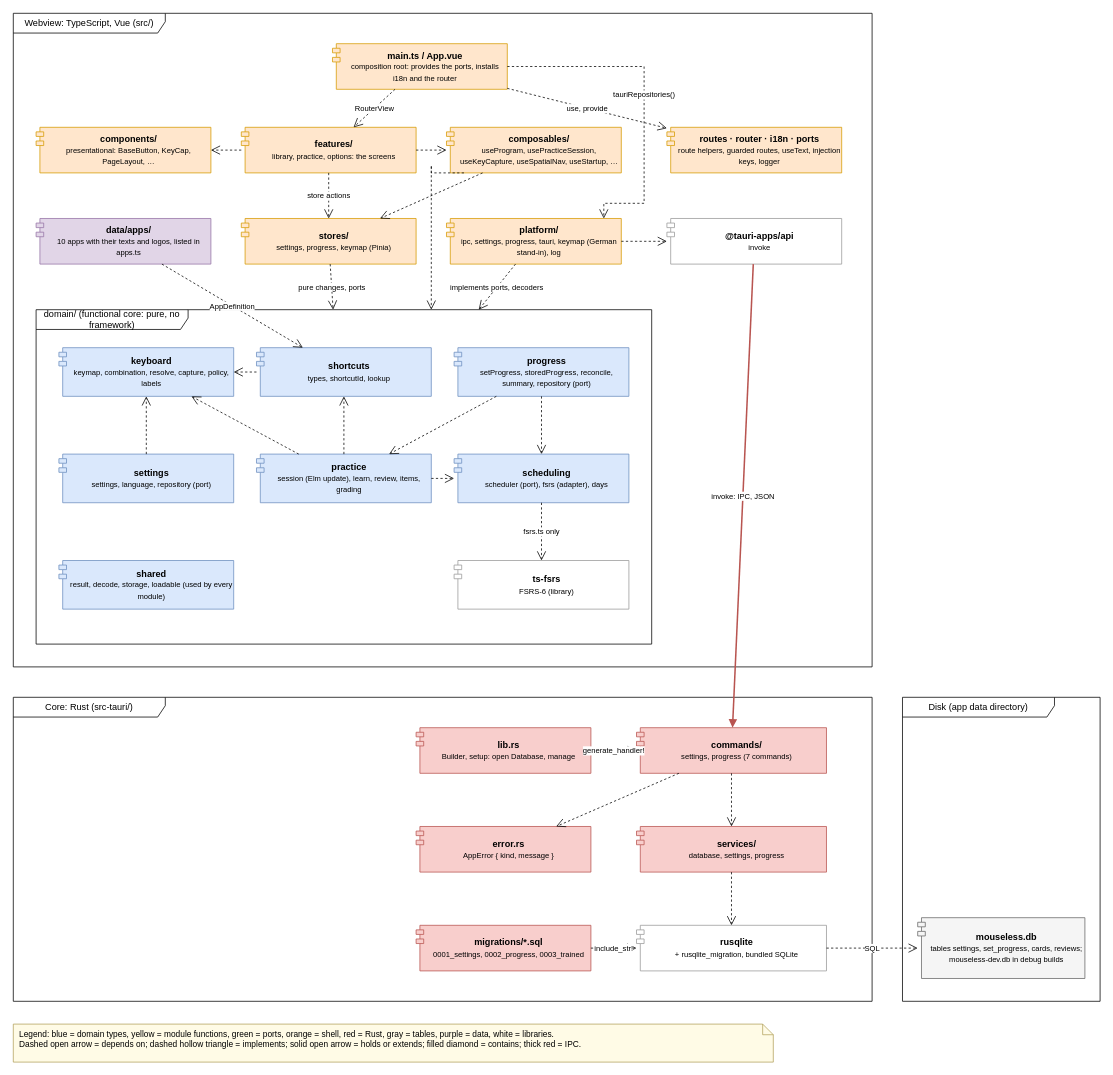
Before: page "Components" (1 of 10) of docs/uml.drawio in r0binius/mathe2-trainer, a draw.io diagram. Source tidied: cells renumbered, new cells numbered last; positions are measured from the earlier drawing's top-left corner, leaving out a move shared by most shapes. Both pictures are drawn from the tidied source at 76%, with x=0, y=0 at pixel (13, 13).
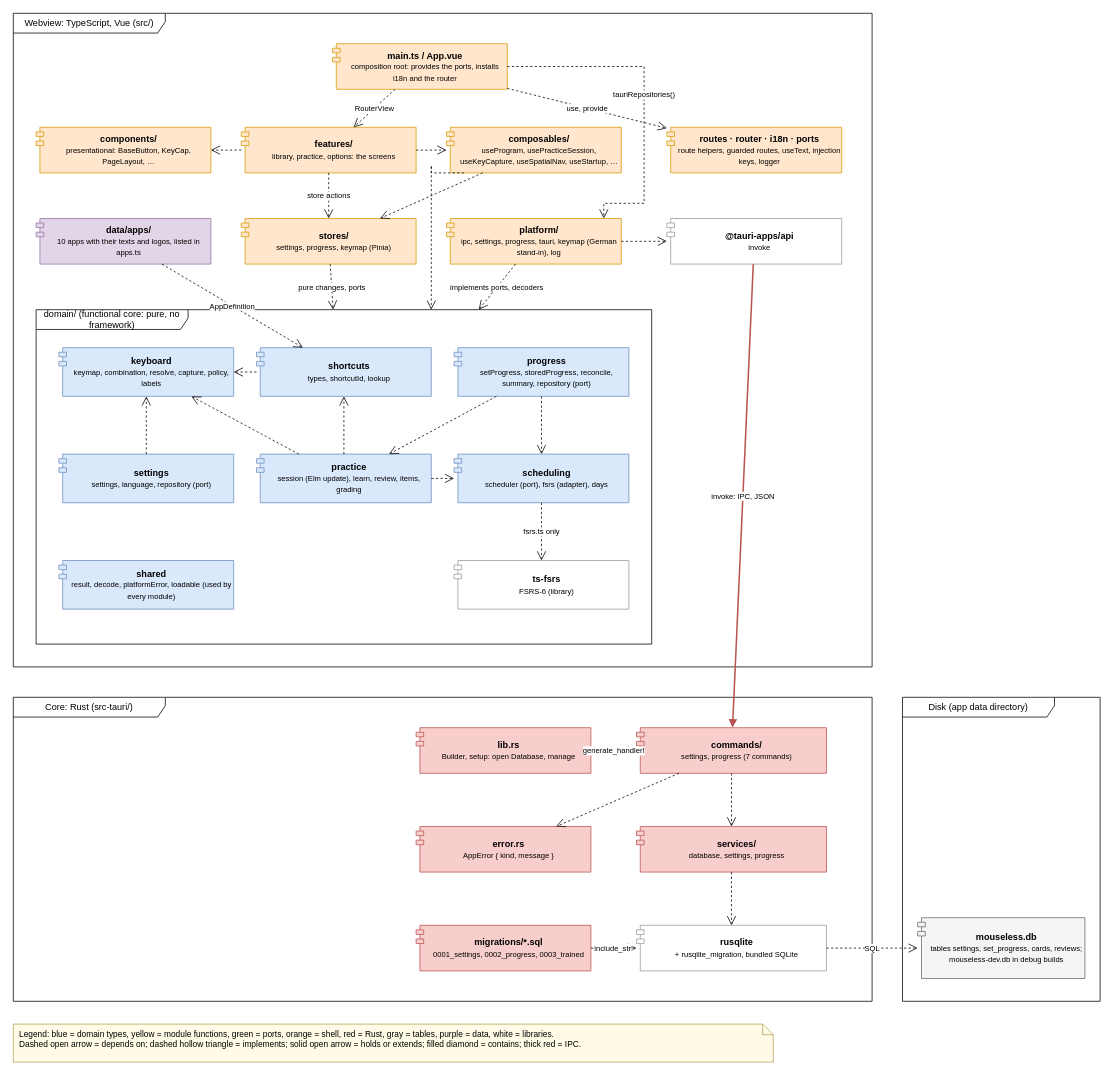
The same diagram, later.

The change refers to these unchanged cells:
```xml
<mxCell id="10" value="domain/ (functional core: pure, no framework)" style="shape=umlFrame;whiteSpace=wrap;html=1;width=200;height=26;fillColor=none;" parent="2" vertex="1">
  <mxGeometry x="30" y="390" width="810" height="440" as="geometry" />
</mxCell>
```

Change to the diagram source:
```diff
@@
-    <mxCell id="17" value="&lt;b&gt;shared&lt;/b&gt;&lt;br&gt;&lt;font style=&quot;font-size:10px&quot;&gt;result, decode, storage, loadable (used by every module)&lt;/font&gt;" style="rounded=0;whiteSpace=wrap;html=1;fillColor=#dae8fc;strokeColor=#6c8ebf;shape=module;jettyWidth=10;jettyHeight=6;align=center;spacingLeft=14;" parent="10" vertex="1">
+    <mxCell id="17" value="&lt;b&gt;shared&lt;/b&gt;&lt;br&gt;&lt;font style=&quot;font-size:10px&quot;&gt;result, decode, platformError, loadable (used by every module)&lt;/font&gt;" style="rounded=0;whiteSpace=wrap;html=1;fillColor=#dae8fc;strokeColor=#6c8ebf;shape=module;jettyWidth=10;jettyHeight=6;align=center;spacingLeft=14;" parent="10" vertex="1">
       <mxGeometry x="30" y="330" width="230" height="64" as="geometry" />
     </mxCell>
```
